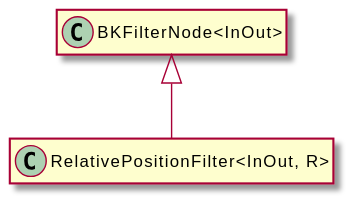
Before: assets/RelativePositionFilter-umlClassDiagram-14725.svg, a diagram exported from PlantUML (OpenHPS/openhps-core). The source it was exported from:
```plantuml
@startuml
skinparam BackgroundColor transparent
hide empty methods
hide empty fields
class "RelativePositionFilter<InOut, R>" {
}
class "BKFilterNode<InOut>" {
}
"BKFilterNode<InOut>" <|-- "RelativePositionFilter<InOut, R>"
@enduml
```
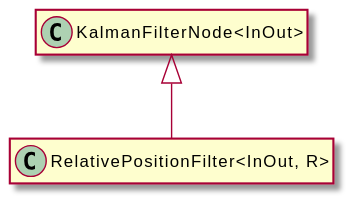
After the change.

What changed in the source:
```diff
@@ -4,7 +4,7 @@
 hide empty fields
 class "RelativePositionFilter<InOut, R>" {
 }
-class "BKFilterNode<InOut>" {
+class "KalmanFilterNode<InOut>" {
 }
-"BKFilterNode<InOut>" <|-- "RelativePositionFilter<InOut, R>"
+"KalmanFilterNode<InOut>" <|-- "RelativePositionFilter<InOut, R>"
 @enduml
```
